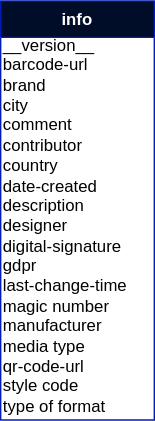
This is figures/info.svg from morawi/ddoif, a draw.io export, as it was before one commit. Source tidied: cells renumbered, new cells last; positions are measured from the earlier drawing's top-left corner, leaving out a move shared by most shapes.
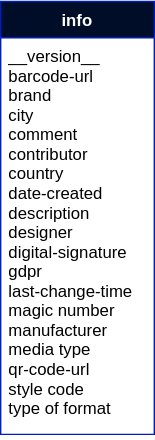
The same file after the commit.

Commit message:
Updated info class and ReadMe

What changed in the source:
```diff
@@ -1,12 +1,12 @@
 <mxGraphModel>
   <root>
-    <mxCell id="0" />
-    <mxCell id="1" parent="0" />
+    <mxCell id="4" />
+    <mxCell id="5" parent="4" />
-    <mxCell id="2" value="info" style="swimlane;fontStyle=1;align=center;verticalAlign=top;horizontal=1;startSize=26;rounded=0;shadow=0;strokeWidth=1;swimlaneFillColor=none;fillColor=#000D29;strokeColor=#001DBC;fontColor=#ffffff;" parent="1" vertex="1">
-      <mxGeometry width="110" height="300" as="geometry" />
+    <mxCell id="2" value="info" style="swimlane;fontStyle=1;align=center;verticalAlign=top;horizontal=1;startSize=26;rounded=0;shadow=0;strokeWidth=1;swimlaneFillColor=none;fillColor=#000D29;strokeColor=#001DBC;fontColor=#ffffff;" parent="5" vertex="1">
+      <mxGeometry width="110" height="310" as="geometry" />
     </mxCell>
-    <mxCell id="3" value="&lt;div&gt;__version__&lt;/div&gt;&lt;div&gt;barcode-url&lt;/div&gt;&lt;div&gt;brand&lt;/div&gt;&lt;div&gt;city&lt;/div&gt;&lt;div&gt;comment&lt;/div&gt;&lt;div&gt;contributor&lt;/div&gt;&lt;div&gt;country&lt;/div&gt;&lt;div&gt;date-created&lt;/div&gt;&lt;div&gt;description&lt;/div&gt;&lt;div&gt;designer&lt;/div&gt;&lt;div&gt;digital-signature&lt;/div&gt;&lt;div&gt;gdpr&lt;/div&gt;&lt;div&gt;last-change-time&lt;/div&gt;&lt;div&gt;magic number&lt;/div&gt;&lt;div&gt;manufacturer&lt;/div&gt;&lt;div&gt;media type&lt;/div&gt;&lt;div&gt;qr-code-url&lt;/div&gt;&lt;div&gt;style code&lt;/div&gt;&lt;div&gt;type of format&lt;/div&gt;" style="text;html=1;align=left;verticalAlign=middle;" parent="2" vertex="1">
-      <mxGeometry y="26" width="110" height="270" as="geometry" />
+    <mxCell id="3" value="__version__&#10;barcode-url&#10;brand&#10;city&#10;comment&#10;contributor&#10;country&#10;date-created&#10;description&#10;designer&#10;digital-signature&#10;gdpr&#10;last-change-time&#10;magic number&#10;manufacturer&#10;media type&#10;qr-code-url&#10;style code&#10;type of format" style="text;align=left;verticalAlign=top;spacingLeft=4;spacingRight=4;overflow=hidden;" parent="2" vertex="1">
+      <mxGeometry y="26" width="110" height="284" as="geometry" />
     </mxCell>
   </root>
 </mxGraphModel>
```
